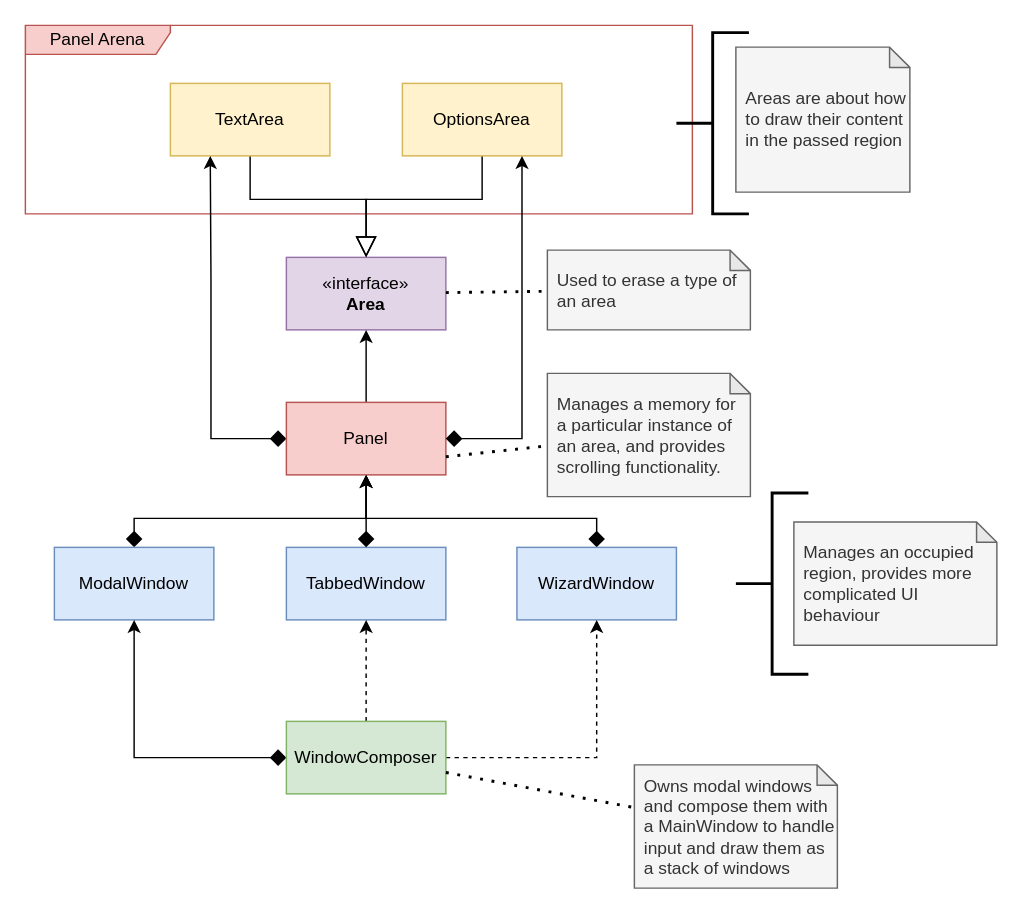
This is page "Windows system" (8 of 10) of misc/dev_docs.drawio from vladimir-popov/forgotten_catacombs, a draw.io file, before an edit. Source tidied: cells renumbered, new cells numbered last; positions are measured from the earlier drawing's top-left corner, leaving out a move shared by most shapes. Both pictures are drawn from the tidied source at 145%, with x=0, y=0 at pixel (25, 25).
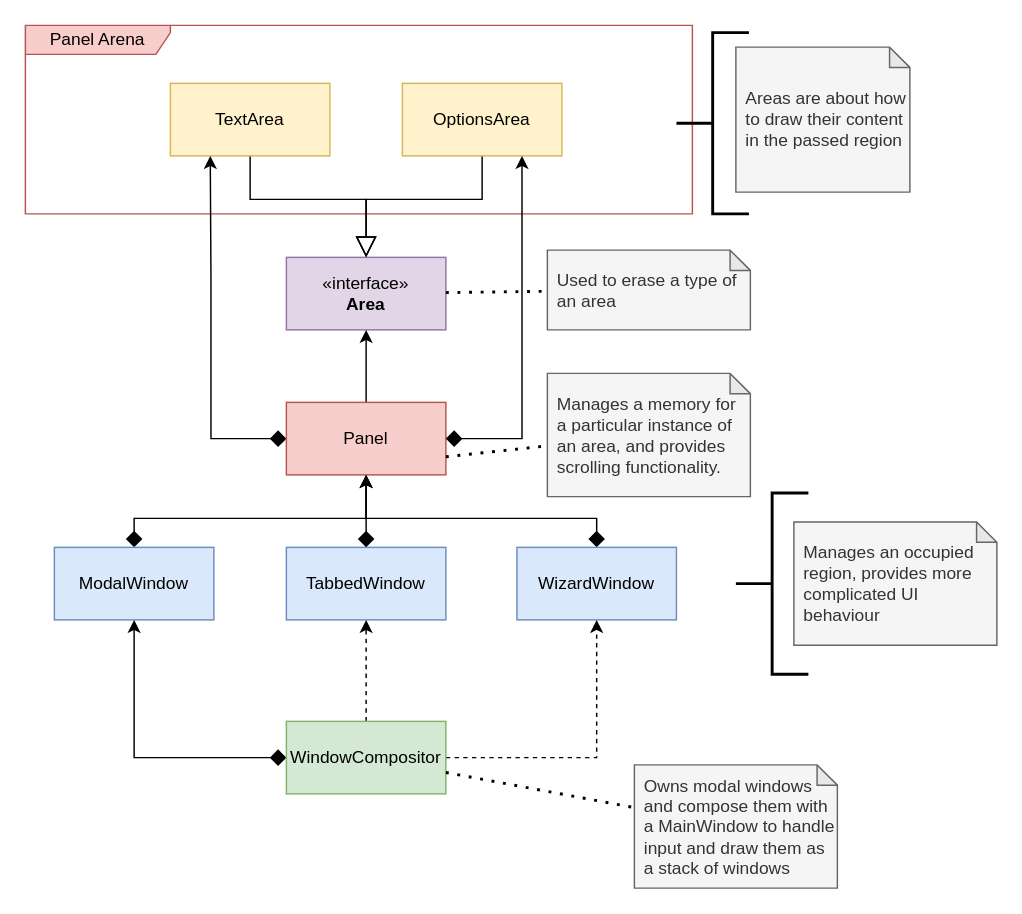
Above is the later version.

The edit, as a diff of the source:
```diff
@@
-    <mxCell id="28" value="WindowComposer" style="html=1;whiteSpace=wrap;fillColor=#d5e8d4;strokeColor=#82b366;" parent="1" vertex="1">
+    <mxCell id="28" value="WindowCompositor" style="html=1;whiteSpace=wrap;fillColor=#d5e8d4;strokeColor=#82b366;" parent="1" vertex="1">
       <mxGeometry x="180" y="480" width="110" height="50" as="geometry" />
     </mxCell>
```
